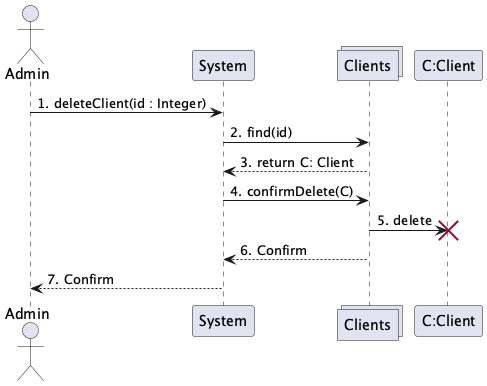
This is UML-Diagrams/Interaction/Admin-Interaction-Diagrams_002.png from vibqetowi/soen-342-project, a PlantUML export, as it was before one commit. Source of this version:
```plantuml
@startuml
actor Admin
participant System
collections Clients
participant "C:Client"

Admin -> System : 1. deleteClient(id : Integer)
System -> Clients : 2. find(id)
Clients --> System : 3. return C: Client
System -> Clients : 4. confirmDelete(C)
Clients -> "C:Client" !! : 5. delete
Clients --> System : 6. Confirm
System --> Admin : 7. Confirm

@enduml
```
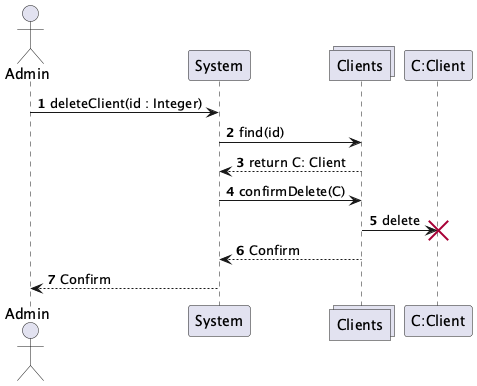
Above is the later version.

Change to the diagram source:
```diff
@@ -3,13 +3,14 @@
 participant System
 collections Clients
 participant "C:Client"
+autonumber
 
-Admin -> System : 1. deleteClient(id : Integer)
-System -> Clients : 2. find(id)
-Clients --> System : 3. return C: Client
-System -> Clients : 4. confirmDelete(C)
-Clients -> "C:Client" !! : 5. delete
-Clients --> System : 6. Confirm
-System --> Admin : 7. Confirm
+Admin -> System : deleteClient(id : Integer)
+System -> Clients : find(id)
+Clients --> System : return C: Client
+System -> Clients : confirmDelete(C)
+Clients -> "C:Client" !! : delete
+Clients --> System : Confirm
+System --> Admin : Confirm
 
 @enduml
```
